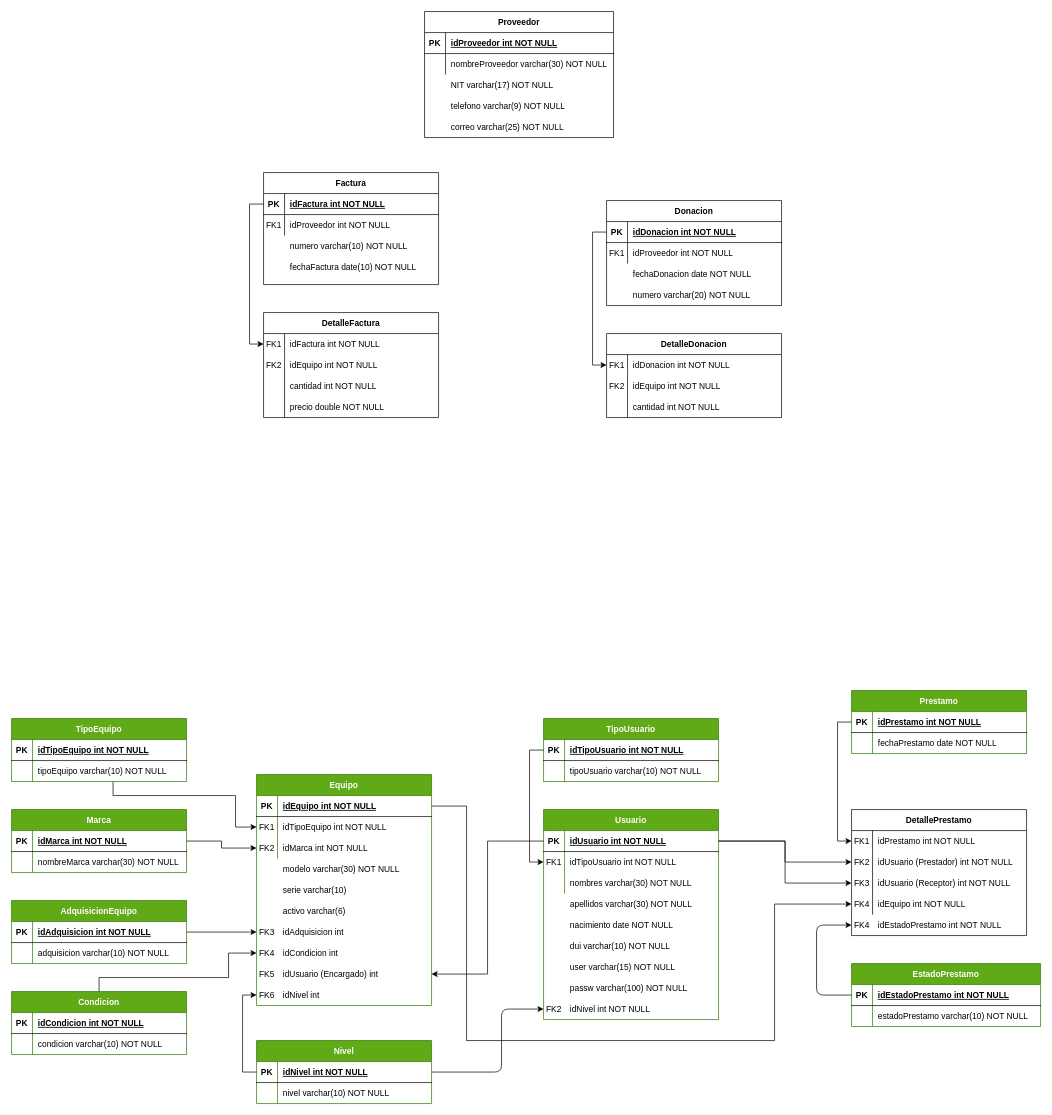
The draw.io diagram ControldeEquipos.drawio in samuelmtz5/ControlDeEquipos, before the edit. Source tidied: cells renumbered, new cells numbered last; positions are measured from the earlier drawing's top-left corner, leaving out a move shared by most shapes. Both pictures are drawn from the tidied source at 70%, with x=0, y=0 at pixel (11, 11).
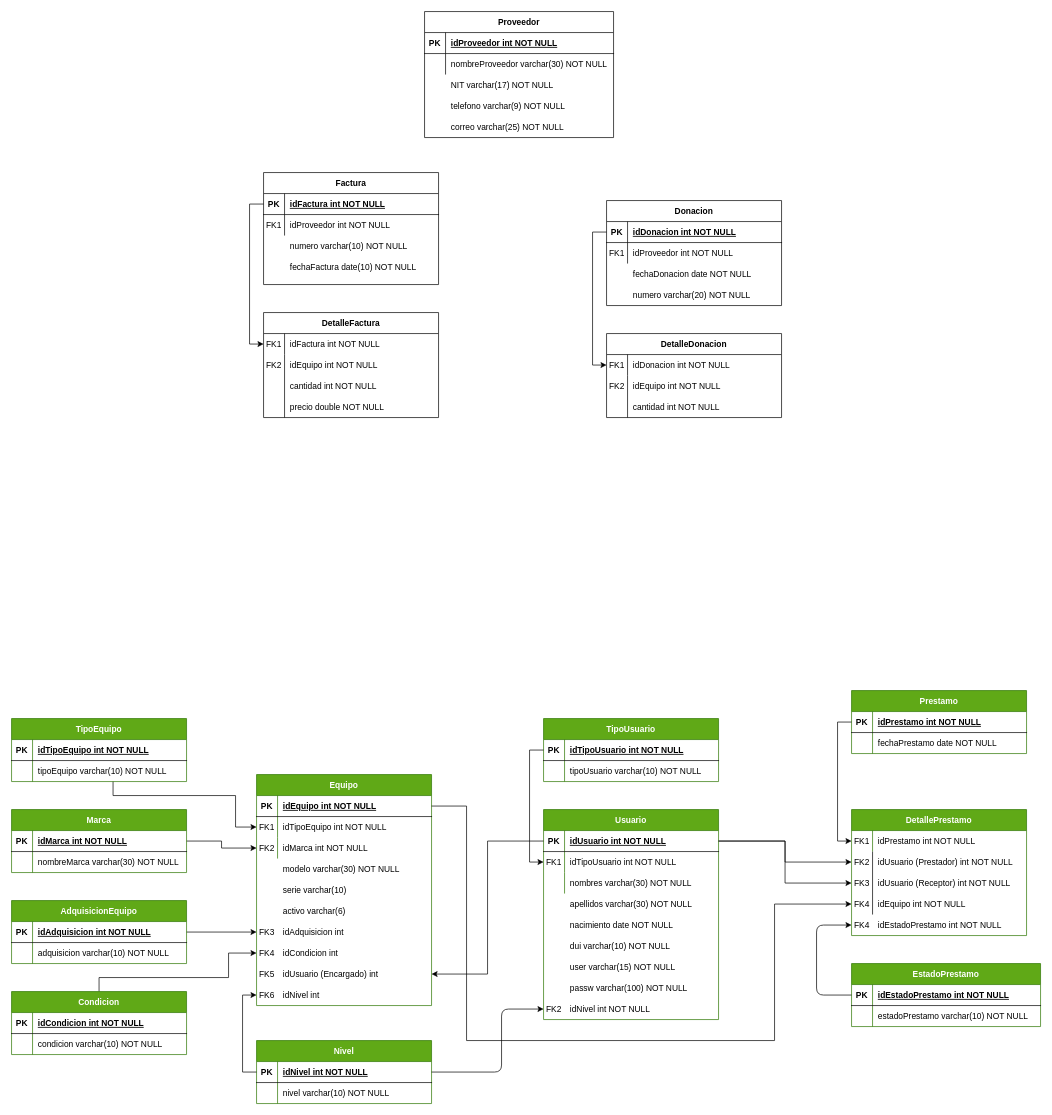
Above is the later version.

Commit message (it also covers changes not shown here):
Base Terminada

Diff of the diagram source:
```diff
@@
-    <mxCell id="135" value="DetallePrestamo" style="shape=table;startSize=30;childLayout=tableLayout;rowLines=0;fontStyle=1;align=center;" parent="1" vertex="1">
+    <mxCell id="135" value="DetallePrestamo" style="shape=table;startSize=30;childLayout=tableLayout;rowLines=0;fontStyle=1;align=center;fillColor=#60a917;fontColor=#ffffff;strokeColor=#2D7600;" parent="1" vertex="1">
       <mxGeometry x="1200" y="1140" width="250" height="180" as="geometry" />
     </mxCell>
```
